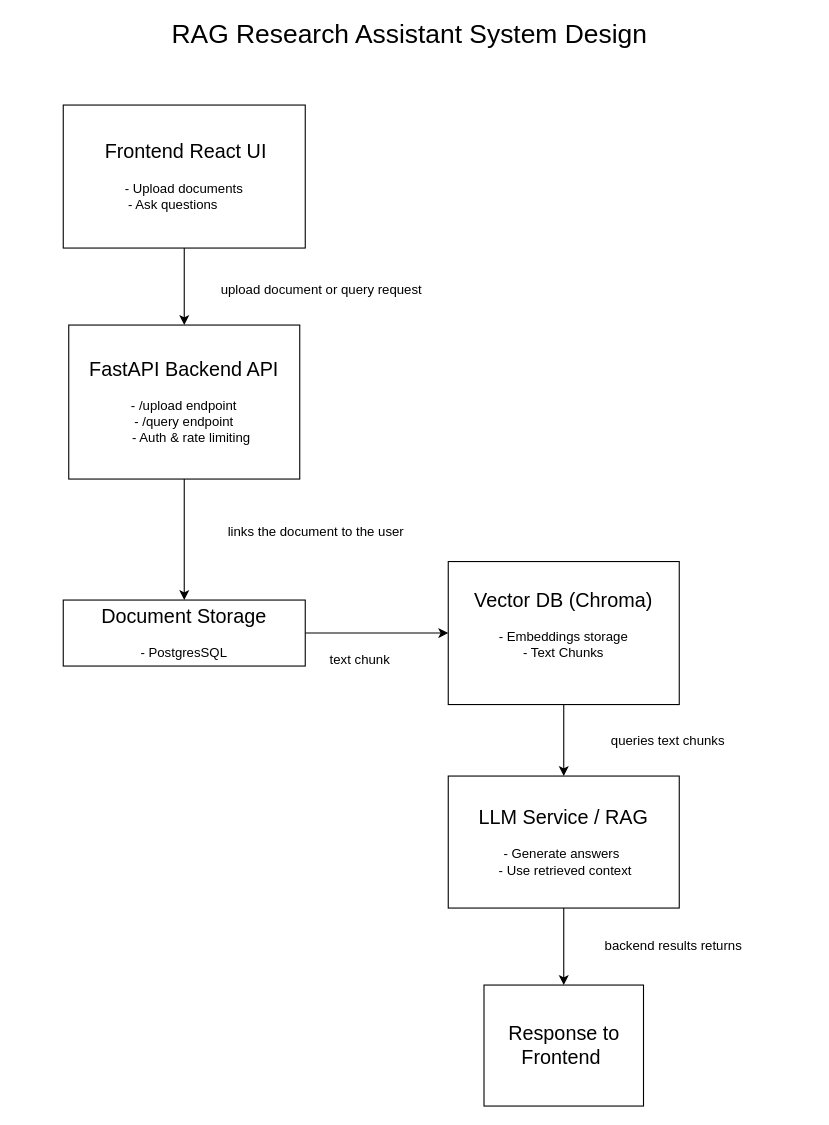
This is diagrams/rag_research_assistant.drawio from ckwan/rag_research_assistant, a draw.io file, before an edit. Source tidied: cells renumbered, new cells numbered last; positions are measured from the earlier drawing's top-left corner, leaving out a move shared by most shapes. Both pictures are drawn from the tidied source at 110%, with x=0, y=0 at pixel (63, 50).
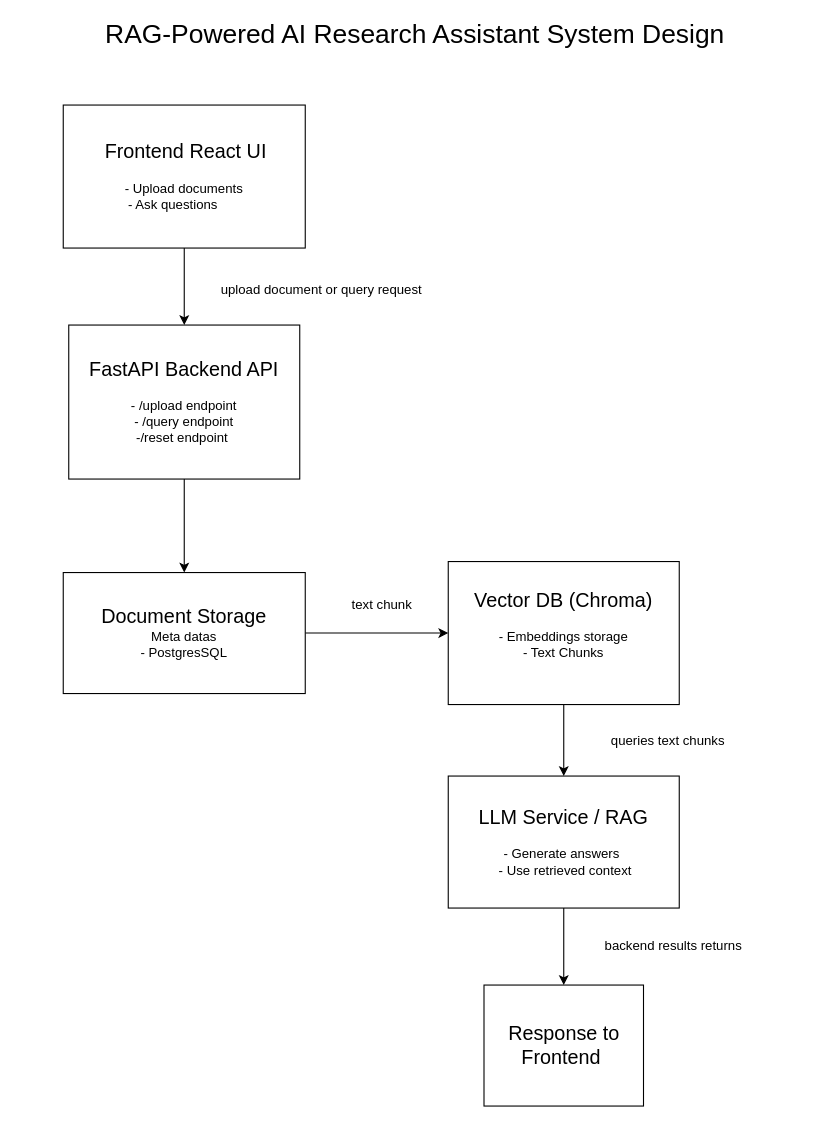
The same page after the edit.

Change to the diagram source:
```diff
@@
 <mxGraphModel>
   <root>
     <mxCell id="0" />
     <mxCell id="1" parent="0" />
     <mxCell id="2" style="edgeStyle=orthogonalEdgeStyle;rounded=0;jettySize=auto;html=1;" parent="1" edge="1" source="3" target="5">
       <mxGeometry relative="1" as="geometry" />
     </mxCell>
     <mxCell id="3" value="&lt;div&gt;&amp;nbsp;&lt;font style=&quot;font-size: 18px;&quot;&gt;Frontend React UI&lt;/font&gt;&lt;br&gt;&lt;br&gt;&lt;/div&gt;&lt;div&gt;- Upload documents&lt;/div&gt;&lt;div&gt;- Ask questions&amp;nbsp; &amp;nbsp; &amp;nbsp;&amp;nbsp;&lt;/div&gt;" style="rounded=0;whiteSpace=wrap;html=1;" parent="1" vertex="1">
       <mxGeometry y="50" width="220" height="130" as="geometry" />
     </mxCell>
     <mxCell id="4" style="edgeStyle=orthogonalEdgeStyle;rounded=0;jettySize=auto;html=1;" parent="1" edge="1" source="5" target="9">
       <mxGeometry relative="1" as="geometry" />
     </mxCell>
-    <mxCell id="5" value="&lt;div&gt;&lt;font style=&quot;font-size: 18px;&quot;&gt;FastAPI Backend API&lt;/font&gt;&lt;/div&gt;&lt;div&gt;&lt;br&gt;&lt;/div&gt;&lt;div&gt;- /upload endpoint&lt;/div&gt;&lt;div&gt;- /query endpoint&lt;/div&gt;&amp;nbsp; &amp;nbsp; - Auth &amp;amp; rate limiting" style="whiteSpace=wrap;html=1;" parent="1" vertex="1">
+    <mxCell id="5" value="&lt;div&gt;&lt;font style=&quot;font-size: 18px;&quot;&gt;FastAPI Backend API&lt;/font&gt;&lt;/div&gt;&lt;div&gt;&lt;br&gt;&lt;/div&gt;&lt;div&gt;- /upload endpoint&lt;/div&gt;&lt;div&gt;- /query endpoint&lt;/div&gt;&lt;div&gt;-/reset endpoint&amp;nbsp;&lt;/div&gt;" style="whiteSpace=wrap;html=1;" parent="1" vertex="1">
       <mxGeometry x="5" y="250" width="210" height="140" as="geometry" />
     </mxCell>
     <mxCell id="6" style="edgeStyle=orthogonalEdgeStyle;rounded=0;jettySize=auto;html=1;entryX=0.5;entryY=0;entryDx=0;entryDy=0;" parent="1" edge="1" source="7" target="11">
       <mxGeometry relative="1" as="geometry" />
     </mxCell>
     <mxCell id="7" value="&lt;div&gt;&lt;font style=&quot;font-size: 18px;&quot;&gt;Vector DB (Chroma&lt;/font&gt;&lt;font style=&quot;font-size: 18px;&quot;&gt;)&lt;/font&gt;&lt;/div&gt;&lt;div&gt;&lt;br&gt;&lt;/div&gt;&lt;div&gt;- Embeddings storage&lt;/div&gt;&lt;div&gt;- Text Chunks&lt;/div&gt;&lt;div&gt;&lt;br&gt;&lt;/div&gt;" style="whiteSpace=wrap;html=1;" parent="1" vertex="1">
       <mxGeometry x="350" y="465" width="210" height="130" as="geometry" />
     </mxCell>
     <mxCell id="8" style="edgeStyle=orthogonalEdgeStyle;rounded=0;jettySize=auto;html=1;entryX=0;entryY=0.5;entryDx=0;entryDy=0;" parent="1" edge="1" source="9" target="7">
       <mxGeometry relative="1" as="geometry" />
     </mxCell>
-    <mxCell id="9" value="&lt;div&gt;&lt;font style=&quot;font-size: 18px;&quot;&gt;Document Storag&lt;/font&gt;&lt;font style=&quot;font-size: 18px;&quot;&gt;e&lt;/font&gt;&lt;/div&gt;&lt;div&gt;&lt;br&gt;&lt;/div&gt;&lt;div&gt;- PostgresSQL&lt;/div&gt;" style="whiteSpace=wrap;html=1;" parent="1" vertex="1">
-      <mxGeometry y="500" width="220" height="60" as="geometry" />
+    <mxCell id="9" value="&lt;div&gt;&lt;font style=&quot;font-size: 18px;&quot;&gt;Document Storage&lt;/font&gt;&lt;/div&gt;&lt;div&gt;Meta datas&lt;/div&gt;&lt;div&gt;- PostgresSQL&lt;/div&gt;" style="whiteSpace=wrap;html=1;" parent="1" vertex="1">
+      <mxGeometry y="475" width="220" height="110" as="geometry" />
     </mxCell>
     <mxCell id="10" style="edgeStyle=orthogonalEdgeStyle;rounded=0;jettySize=auto;html=1;" parent="1" edge="1" source="11" target="12">
       <mxGeometry relative="1" as="geometry" />
     </mxCell>
     <mxCell id="11" value="&lt;div&gt;&lt;font style=&quot;font-size: 18px;&quot;&gt;LLM Service / RAG&lt;/font&gt;&lt;/div&gt;&lt;div&gt;&lt;br&gt;&lt;/div&gt;&lt;div&gt;- Generate answers&amp;nbsp;&lt;/div&gt;&lt;div&gt;&amp;nbsp;- Use retrieved context&lt;/div&gt;" style="whiteSpace=wrap;html=1;" parent="1" vertex="1">
       <mxGeometry x="350" y="660" width="210" height="120" as="geometry" />
     </mxCell>
     <mxCell id="12" value="&lt;font style=&quot;font-size: 18px;&quot;&gt;Response to Frontend&amp;nbsp;&lt;/font&gt;" style="whiteSpace=wrap;html=1;" parent="1" vertex="1">
       <mxGeometry x="382.5" y="850" width="145" height="110" as="geometry" />
     </mxCell>
-    <mxCell id="13" value="&lt;font style=&quot;font-size: 24px;&quot;&gt;RAG Research Assistant System Design&lt;/font&gt;&lt;div&gt;&lt;font size=&quot;3&quot;&gt;&lt;br&gt;&lt;/font&gt;&lt;/div&gt;&lt;div&gt;&lt;font size=&quot;3&quot;&gt;&lt;br&gt;&lt;br&gt;&lt;/font&gt;&lt;/div&gt;" style="text;html=1;whiteSpace=wrap;strokeColor=none;fillColor=none;align=center;verticalAlign=middle;rounded=0;" parent="1" vertex="1">
-      <mxGeometry x="70" width="490" height="30" as="geometry" />
+    <mxCell id="13" value="&lt;font style=&quot;font-size: 24px;&quot;&gt;RAG-Powered AI Research Assistant&lt;/font&gt;&lt;font style=&quot;font-size: 24px;&quot;&gt;&amp;nbsp;System Design&lt;/font&gt;&lt;div&gt;&lt;font size=&quot;3&quot;&gt;&lt;br&gt;&lt;/font&gt;&lt;/div&gt;&lt;div&gt;&lt;font size=&quot;3&quot;&gt;&lt;br&gt;&lt;br&gt;&lt;/font&gt;&lt;/div&gt;" style="text;html=1;whiteSpace=wrap;strokeColor=none;fillColor=none;align=center;verticalAlign=middle;rounded=0;" parent="1" vertex="1">
+      <mxGeometry x="-40" width="720" height="30" as="geometry" />
     </mxCell>
-    <mxCell id="14" value="&lt;div&gt;links the document to the user&lt;/div&gt;&lt;div&gt;&lt;br&gt;&lt;/div&gt;" style="text;html=1;whiteSpace=wrap;strokeColor=none;fillColor=none;align=center;verticalAlign=middle;rounded=0;" parent="1" vertex="1">
-      <mxGeometry x="140" y="430" width="180" height="30" as="geometry" />
-    </mxCell>
     <mxCell id="15" value="&lt;div&gt;upload document or query request&lt;/div&gt;&lt;div&gt;&lt;br&gt;&lt;/div&gt;" style="text;html=1;whiteSpace=wrap;strokeColor=none;fillColor=none;align=center;verticalAlign=middle;rounded=0;" parent="1" vertex="1">
       <mxGeometry x="130" y="210" width="210" height="30" as="geometry" />
     </mxCell>
     <mxCell id="16" value="text chunk" style="text;html=1;whiteSpace=wrap;strokeColor=none;fillColor=none;align=center;verticalAlign=middle;rounded=0;" parent="1" vertex="1">
-      <mxGeometry x="240" y="540" width="60" height="30" as="geometry" />
+      <mxGeometry x="260" y="490" width="60" height="30" as="geometry" />
     </mxCell>
     <mxCell id="17" value="backend results returns" style="text;html=1;whiteSpace=wrap;strokeColor=none;fillColor=none;align=center;verticalAlign=middle;rounded=0;" parent="1" vertex="1">
       <mxGeometry x="460" y="800" width="190" height="30" as="geometry" />
     </mxCell>
     <mxCell id="18" value="&lt;div&gt;queries text chunks&lt;/div&gt;&lt;div&gt;&lt;br&gt;&lt;/div&gt;" style="text;html=1;whiteSpace=wrap;strokeColor=none;fillColor=none;align=center;verticalAlign=middle;rounded=0;" parent="1" vertex="1">
       <mxGeometry x="490" y="620" width="120" height="30" as="geometry" />
     </mxCell>
   </root>
 </mxGraphModel>
```
